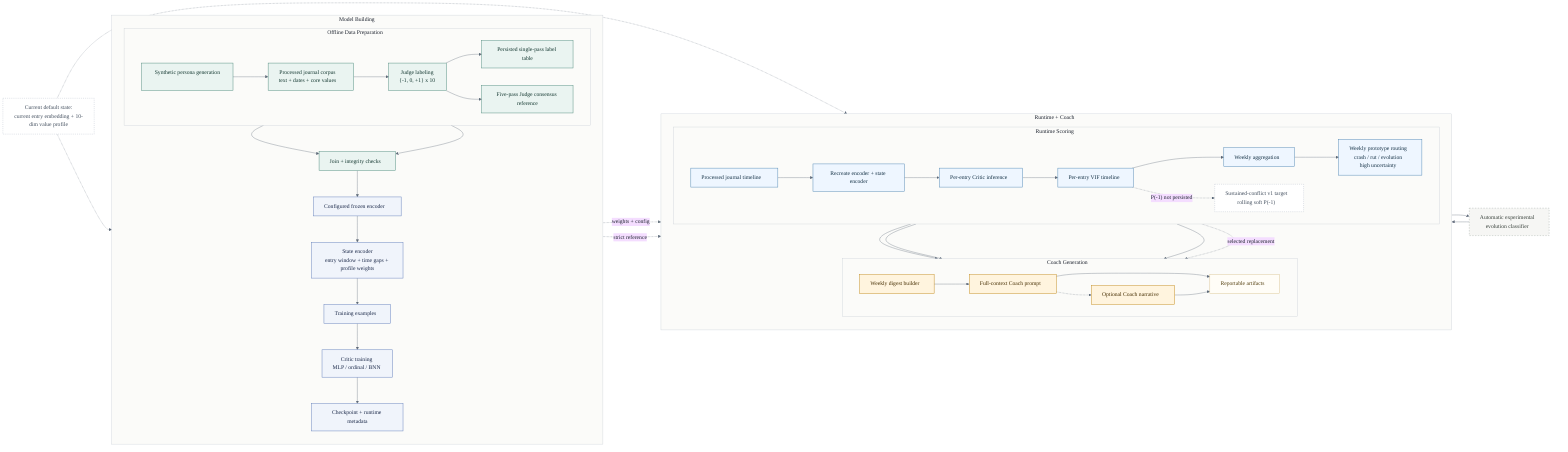
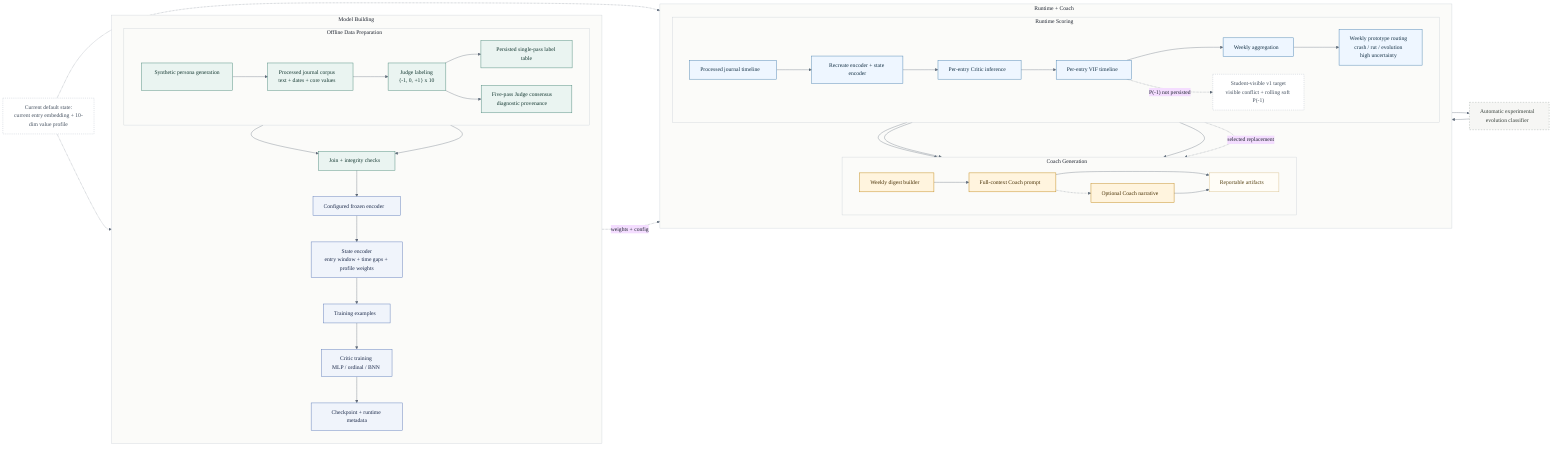
%%{init: {
  'theme': 'base',
  'themeVariables': {
    'fontFamily': 'Aptos, Calibri, Arial, sans-serif',
    'background': '#FFFFFF',
    'lineColor': '#5F6B7A',
    'primaryTextColor': '#1E2430',
    'secondaryTextColor': '#1E2430',
    'tertiaryTextColor': '#1E2430',
    'clusterBkg': '#FBFBF9',
    'clusterBorder': '#C7CDD4'
  }
}}%%
flowchart LR
    classDef prep fill:#EAF4F1,stroke:#4E8A7C,color:#143831,stroke-width:1.3px;
    classDef train fill:#F0F4FB,stroke:#607DBA,color:#1C2A4A,stroke-width:1.3px;
    classDef run fill:#EEF6FF,stroke:#4F86B3,color:#153246,stroke-width:1.3px;
    classDef coach fill:#FFF4DE,stroke:#C28A1B,color:#473004,stroke-width:1.3px;
    classDef optional fill:#F6F6F4,stroke:#9AA39D,color:#38413B,stroke-dasharray: 4 4,stroke-width:1.1px;
    classDef artifact fill:#FFFDF7,stroke:#D3B980,color:#564212,stroke-width:1.1px;
    classDef note fill:#FFFFFF,stroke:#AAB4C2,color:#44505F,stroke-dasharray: 3 3;

    subgraph build_lane["Model Building"]
        direction TB
        subgraph prep_lane["Offline Data Preparation"]
            direction LR
            generator["Synthetic persona generation"]
            wrangled["Processed journal corpus<br/>text + dates + core values"]
            judge["Judge labeling<br/>{-1, 0, +1} x 10"]
            labels["Persisted single-pass label table"]
-             consensus["Five-pass Judge consensus reference"]
+             consensus["Five-pass Judge consensus<br/>diagnostic provenance"]
            generator --> wrangled --> judge --> labels
            judge --> consensus
        end

        merge["Join + integrity checks"]
        encoder_train["Configured frozen encoder"]
        state_train["State encoder<br/>entry window + time gaps + profile weights"]
        samples["Training examples"]
        critic_train["Critic training<br/>MLP / ordinal / BNN"]
        checkpoint["Checkpoint + runtime metadata"]

        wrangled --> merge
        labels --> merge
        merge --> encoder_train --> state_train --> samples --> critic_train --> checkpoint
    end

    subgraph product_lane["Runtime + Coach"]
        direction TB
        subgraph run_lane["Runtime Scoring"]
            direction LR
            runtime_input["Processed journal timeline"]
            state_runtime["Recreate encoder + state encoder"]
            critic["Per-entry Critic inference"]
            timeline["Per-entry VIF timeline"]
            weekly["Weekly aggregation"]
            drift["Weekly prototype routing<br/>crash / rut / evolution<br/>high uncertainty"]
-             drift_v1["Sustained-conflict v1 target<br/>rolling soft P(-1)"]
+             drift_v1["Student-visible v1 target<br/>visible conflict + rolling soft P(-1)"]
            runtime_input --> state_runtime --> critic --> timeline --> weekly --> drift
        end

        subgraph coach_lane["Coach Generation"]
            direction LR
            digest["Weekly digest builder"]
            prompt["Full-context Coach prompt"]
            narrative["Optional Coach narrative"]
            exports["Reportable artifacts"]
            digest --> prompt
            prompt -.-> narrative
            prompt --> exports
            narrative --> exports
        end
    end

    checkpoint -. "weights + config" .-> state_runtime
    runtime_input --> digest
    weekly --> digest
    drift --> digest
    timeline -. "P(-1) not persisted" .-> drift_v1
-     consensus -. "strict reference" .-> drift_v1
    drift_v1 -. "selected replacement" .-> digest

    evolution["Automatic experimental<br/>evolution classifier"]
    weekly --> evolution --> drift

    state_note["Current default state:<br/>current entry embedding + 10-dim value profile"]
    state_note -.-> state_train
    state_note -.-> state_runtime

    class generator,wrangled,judge,labels,consensus,merge prep;
    class encoder_train,state_train,samples,critic_train,checkpoint train;
    class runtime_input,state_runtime,critic,timeline,weekly,drift run;
    class digest,prompt,narrative coach;
    class evolution optional;
    class exports artifact;
    class state_note,drift_v1 note;
